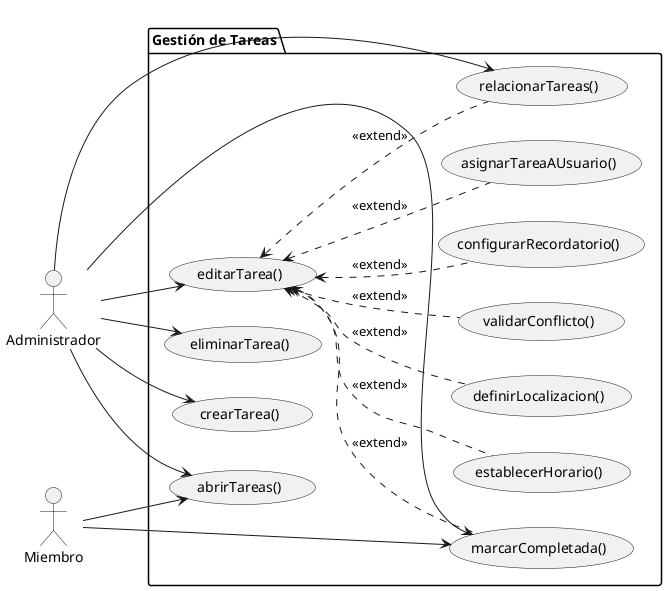
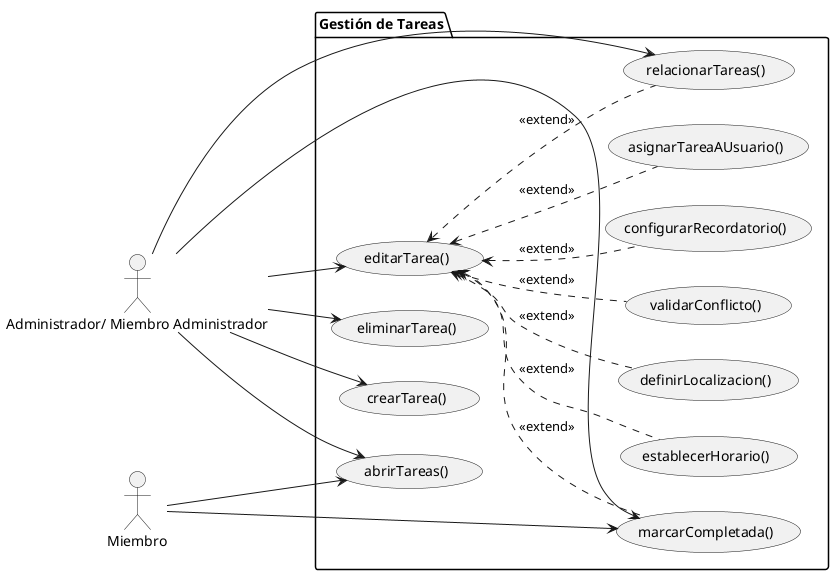
@startuml DiagramaGestionTareas
left to right direction

- actor "Administrador" as Admin
+ actor "Administrador/ Miembro Administrador" as Admin
actor "Miembro" as Miem

package "Gestión de Tareas" {
    ' Casos de Uso Principales
    usecase "crearTarea()" as UC1
    usecase "editarTarea()" as UC2
    usecase "eliminarTarea()" as UC3
    usecase "marcarCompletada()" as UC4
    usecase "abrirTareas()" as UC8

    ' Casos de Uso de Detalle (Extensiones)
    usecase "relacionarTareas()" as UC5
    usecase "establecerHorario()" as UC6
    usecase "definirLocalizacion()" as UC7
    usecase "validarConflicto()" as UC9
    usecase "configurarRecordatorio()" as UC10
    usecase "asignarTareaAUsuario()" as UC11
}

' Relaciones directas para el Administrador
Admin --> UC1
Admin --> UC2
Admin --> UC3
Admin --> UC4
Admin --> UC5
Admin --> UC8

' Relaciones directas para el Miembro
Miem --> UC4
Miem --> UC8

' Relaciones de extensión (UC2 concentra ahora toda la configuración avanzada)
UC2 <.. UC4 : <<extend>>
UC2 <.. UC5 : <<extend>>
UC2 <.. UC6 : <<extend>>
UC2 <.. UC7 : <<extend>>
UC2 <.. UC9 : <<extend>>
UC2 <.. UC10 : <<extend>>
UC2 <.. UC11 : <<extend>>

@enduml